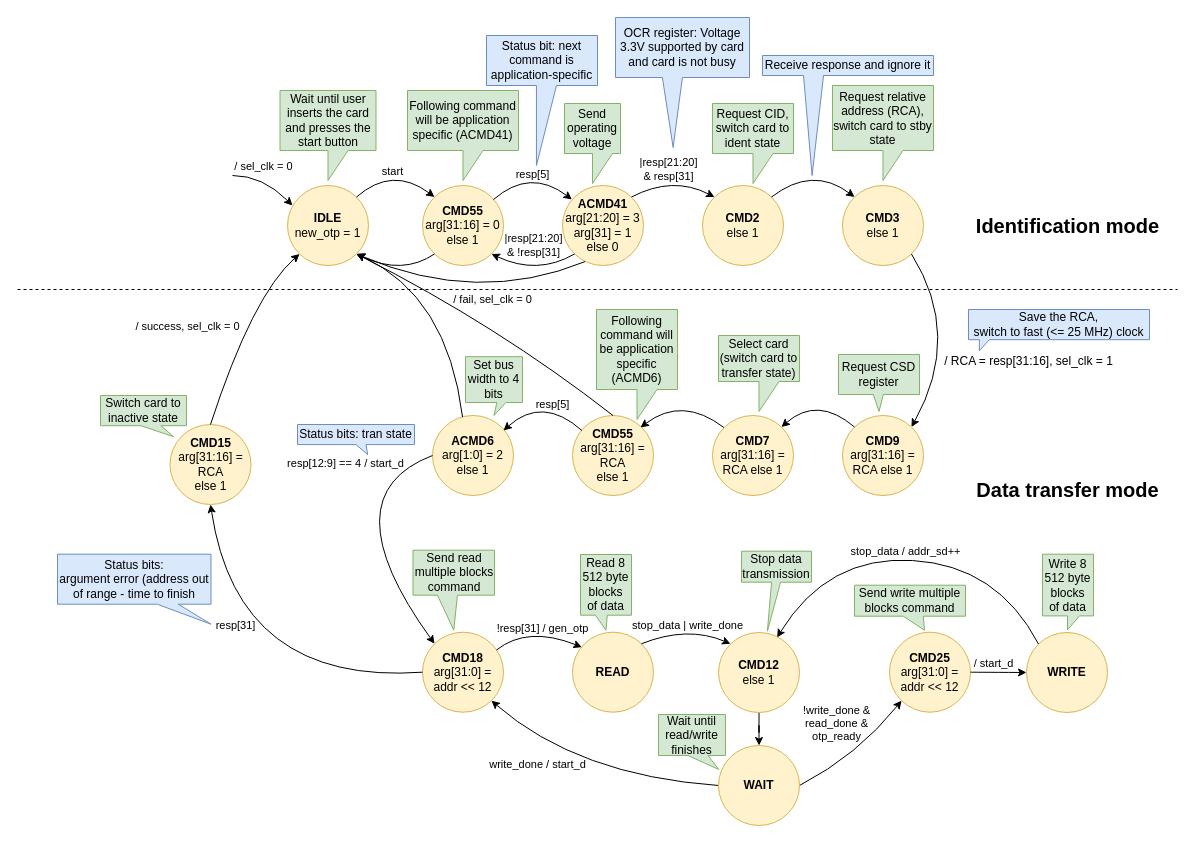
The draw.io diagram docs/SD/SD_fpga_states.drawio in sirazenkov/GhostSD, before the edit. Source tidied: cells renumbered, new cells numbered last; positions are measured from the earlier drawing's top-left corner, leaving out a move shared by most shapes. Both pictures are drawn from the tidied source at 100%, with x=0, y=0 at pixel (17, 17).
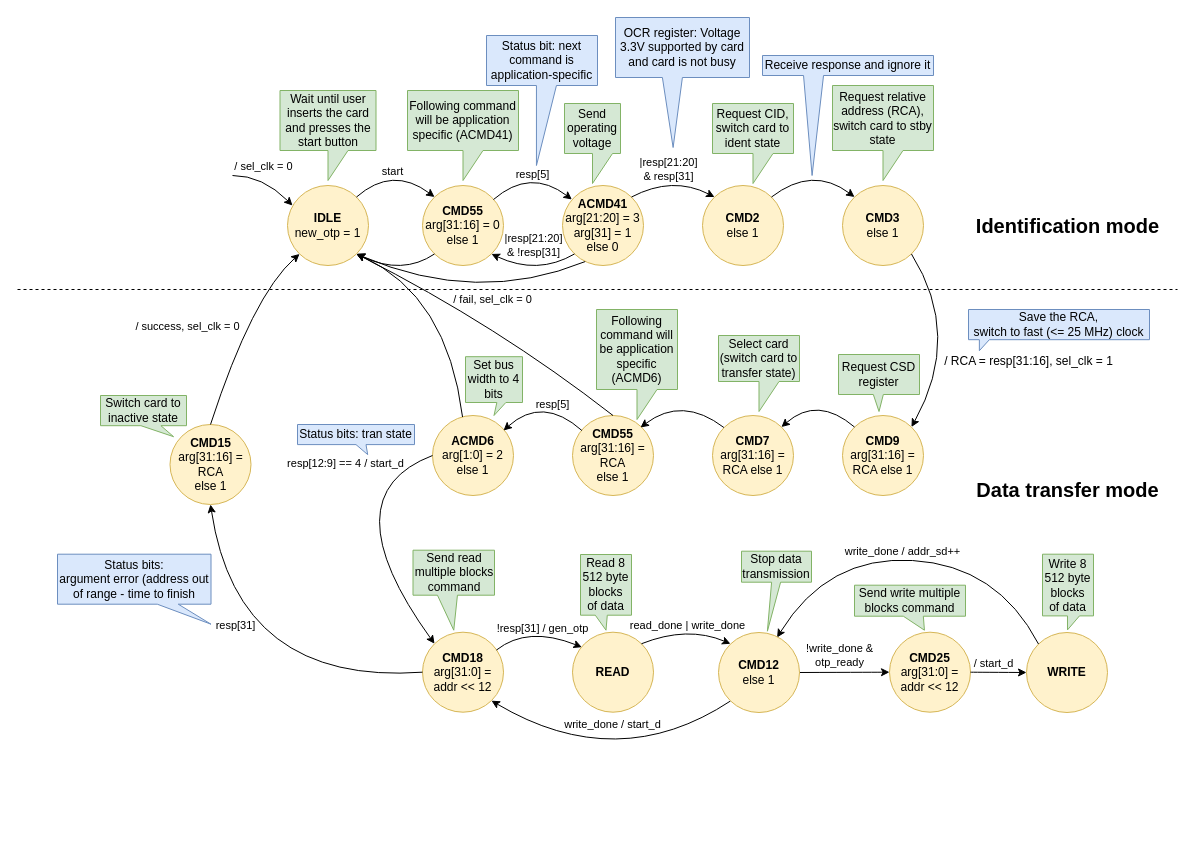
The same diagram, later.

Commit message (it also covers changes not shown here):
Removed WAIT state from SD FSM diagram

Unchanged cells that the change refers to:
```xml
<mxCell id="25" value="&lt;b&gt;CMD18&lt;/b&gt;&lt;br&gt;arg[31:0] = addr &amp;lt;&amp;lt; 12" style="ellipse;whiteSpace=wrap;html=1;fillColor=#fff2cc;strokeColor=#d6b656;" parent="1" vertex="1">
  <mxGeometry x="405" y="614.7" width="81" height="80" as="geometry" />
</mxCell>
<mxCell id="28" value="&lt;b&gt;CMD25&lt;/b&gt;&lt;br&gt;arg[31:0] = addr &amp;lt;&amp;lt; 12" style="ellipse;whiteSpace=wrap;html=1;fillColor=#fff2cc;strokeColor=#d6b656;" parent="1" vertex="1">
  <mxGeometry x="872" y="614.7" width="81" height="80" as="geometry" />
</mxCell>
<mxCell id="65" style="curved=1;endArrow=classic;html=1;rounded=0;entryX=0;entryY=0;entryDx=0;entryDy=0;exitX=1;exitY=0;exitDx=0;exitDy=0;" parent="1" edge="1" source="63">
  <mxGeometry relative="1" as="geometry">
    <mxPoint x="713" y="626.3" as="targetPoint" />
    <Array as="points">
      <mxPoint x="670" y="608" />
    </Array>
  </mxGeometry>
</mxCell>
<mxCell id="76" style="curved=1;endArrow=classic;html=1;rounded=0;entryX=0.724;entryY=0.066;entryDx=0;entryDy=0;exitX=0;exitY=0;exitDx=0;exitDy=0;entryPerimeter=0;" parent="1" edge="1" source="64">
  <mxGeometry relative="1" as="geometry">
    <mxPoint x="759.6" y="620" as="targetPoint" />
    <Array as="points">
      <mxPoint x="980" y="548" />
      <mxPoint x="810" y="538" />
    </Array>
  </mxGeometry>
</mxCell>
<mxCell id="81" value="&lt;b&gt;CMD12&lt;/b&gt;&lt;br&gt;else 1" style="ellipse;whiteSpace=wrap;html=1;fillColor=#fff2cc;strokeColor=#d6b656;" parent="1" vertex="1">
  <mxGeometry x="701" y="615" width="81" height="80" as="geometry" />
</mxCell>
```

Diff of the diagram source:
```diff
@@
-    <mxCell id="31" style="curved=1;endArrow=classic;html=1;rounded=0;entryX=1;entryY=1;entryDx=0;entryDy=0;exitX=0;exitY=0.5;exitDx=0;exitDy=0;" parent="1" edge="1" source="82" target="25">
+    <mxCell id="31" style="curved=1;endArrow=classic;html=1;rounded=0;entryX=1;entryY=1;entryDx=0;entryDy=0;exitX=0;exitY=1;exitDx=0;exitDy=0;" parent="1" edge="1" source="81" target="25">
       <mxGeometry relative="1" as="geometry">
         <Array as="points">
-          <mxPoint x="560" y="758" />
+          <mxPoint x="600" y="758" />
         </Array>
       </mxGeometry>
     </mxCell>
     <mxCell id="32" value="write_done / start_d" style="edgeLabel;html=1;align=center;verticalAlign=middle;" parent="31" vertex="1">
       <mxGeometry x="-0.22" y="13" relative="1" as="geometry">
-        <mxPoint x="-81" y="-27" as="offset" />
+        <mxPoint x="-34" y="-48" as="offset" />
       </mxGeometry>
     </mxCell>
@@
-    <mxCell id="66" value="stop_data | write_done" style="edgeLabel;html=1;align=center;verticalAlign=middle;" parent="65" vertex="1">
+    <mxCell id="66" value="read_done | write_done" style="edgeLabel;html=1;align=center;verticalAlign=middle;" parent="65" vertex="1">
       <mxGeometry x="-0.04" y="-7" relative="1" as="geometry">
         <mxPoint y="-8" as="offset" />
       </mxGeometry>
     </mxCell>
@@
-    <mxCell id="74" style="curved=1;endArrow=none;html=1;rounded=0;exitX=0;exitY=1;exitDx=0;exitDy=0;entryX=1;entryY=0.5;entryDx=0;entryDy=0;startArrow=classic;startFill=1;endFill=0;" parent="1" edge="1" source="28" target="82">
-      <mxGeometry relative="1" as="geometry">
-        <Array as="points">
-          <mxPoint x="840" y="738" />
-        </Array>
-      </mxGeometry>
+    <mxCell id="74" style="curved=1;endArrow=none;html=1;rounded=0;exitX=0;exitY=0.5;exitDx=0;exitDy=0;entryX=1;entryY=0.5;entryDx=0;entryDy=0;startArrow=classic;startFill=1;endFill=0;" parent="1" edge="1" source="28" target="81">
+      <mxGeometry relative="1" as="geometry" />
     </mxCell>
-    <mxCell id="75" value="!write_done &amp;amp;&lt;br style=&quot;border-color: var(--border-color);&quot;&gt;read_done &amp;amp; &lt;br&gt;otp_ready" style="edgeLabel;html=1;align=center;verticalAlign=middle;labelBackgroundColor=none;" parent="74" vertex="1">
+    <mxCell id="75" value="!write_done&amp;nbsp;&amp;amp; &lt;br&gt;otp_ready" style="edgeLabel;html=1;align=center;verticalAlign=middle;labelBackgroundColor=none;" parent="74" vertex="1">
       <mxGeometry x="-0.33" y="2" relative="1" as="geometry">
-        <mxPoint x="-39" y="-14" as="offset" />
+        <mxPoint x="-21" y="-19" as="offset" />
       </mxGeometry>
     </mxCell>
@@
-    <mxCell id="77" value="stop_data / addr_sd++" style="edgeLabel;html=1;align=center;verticalAlign=middle;" parent="76" vertex="1">
+    <mxCell id="77" value="write_done / addr_sd++" style="edgeLabel;html=1;align=center;verticalAlign=middle;" parent="76" vertex="1">
       <mxGeometry x="0.14" y="-10" relative="1" as="geometry">
-        <mxPoint x="20" y="2" as="offset" />
+        <mxPoint x="17" y="2" as="offset" />
       </mxGeometry>
     </mxCell>
@@
-    <mxCell id="80" style="edgeStyle=orthogonalEdgeStyle;rounded=0;jettySize=auto;html=1;entryX=0.5;entryY=0;entryDx=0;entryDy=0;" parent="1" edge="1" source="81" target="82">
-      <mxGeometry relative="1" as="geometry" />
-    </mxCell>
@@
-    <mxCell id="82" value="&lt;b&gt;WAIT&lt;/b&gt;" style="ellipse;whiteSpace=wrap;html=1;fillColor=#fff2cc;strokeColor=#d6b656;" parent="1" vertex="1">
-      <mxGeometry x="701" y="728" width="81" height="80" as="geometry" />
-    </mxCell>
-    <mxCell id="83" value="Wait until read/write finishes" style="shape=callout;whiteSpace=wrap;html=1;perimeter=calloutPerimeter;fillColor=#d5e8d4;strokeColor=#82b366;size=14;position=0.44;position2=0.9;" parent="1" vertex="1">
-      <mxGeometry x="641" y="697" width="67" height="55" as="geometry" />
-    </mxCell>
```
